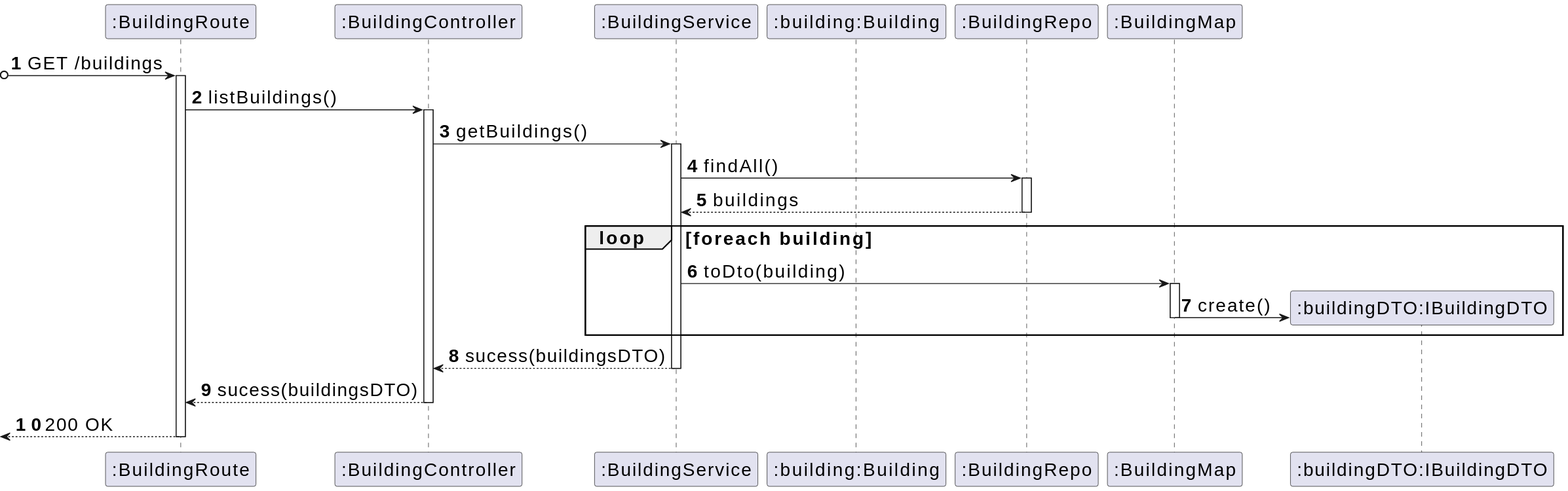
Earlier version of the PlantUML export _wiki/sprint-a/us03-170/views/level-3/assets/process-view.svg (miseEnPlace-dev/lapr5).
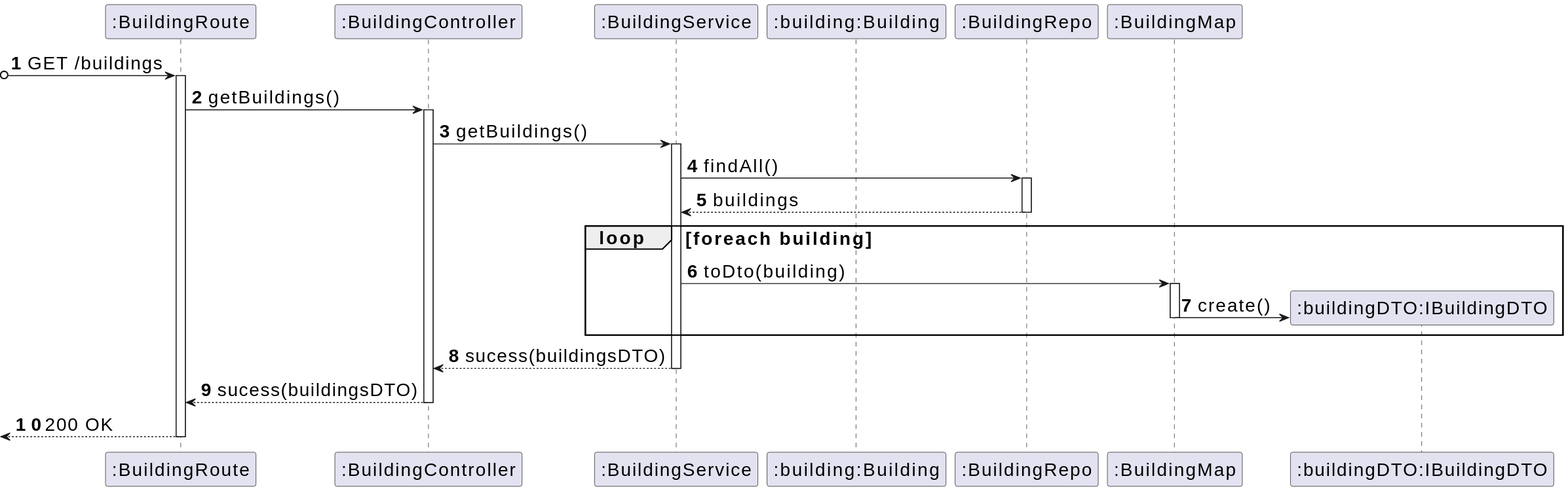
After the change.

Commit message:
docs(us-170): fixed method names in diagrams

Diff of the diagram source:
```diff
@@ -12,7 +12,7 @@
 ?o-> ROUTE : GET /buildings
 activate ROUTE
 
-ROUTE -> CTRL : listBuildings()
+ROUTE -> CTRL : getBuildings()
 activate CTRL
 CTRL -> SRV : getBuildings()
 activate SRV
```
